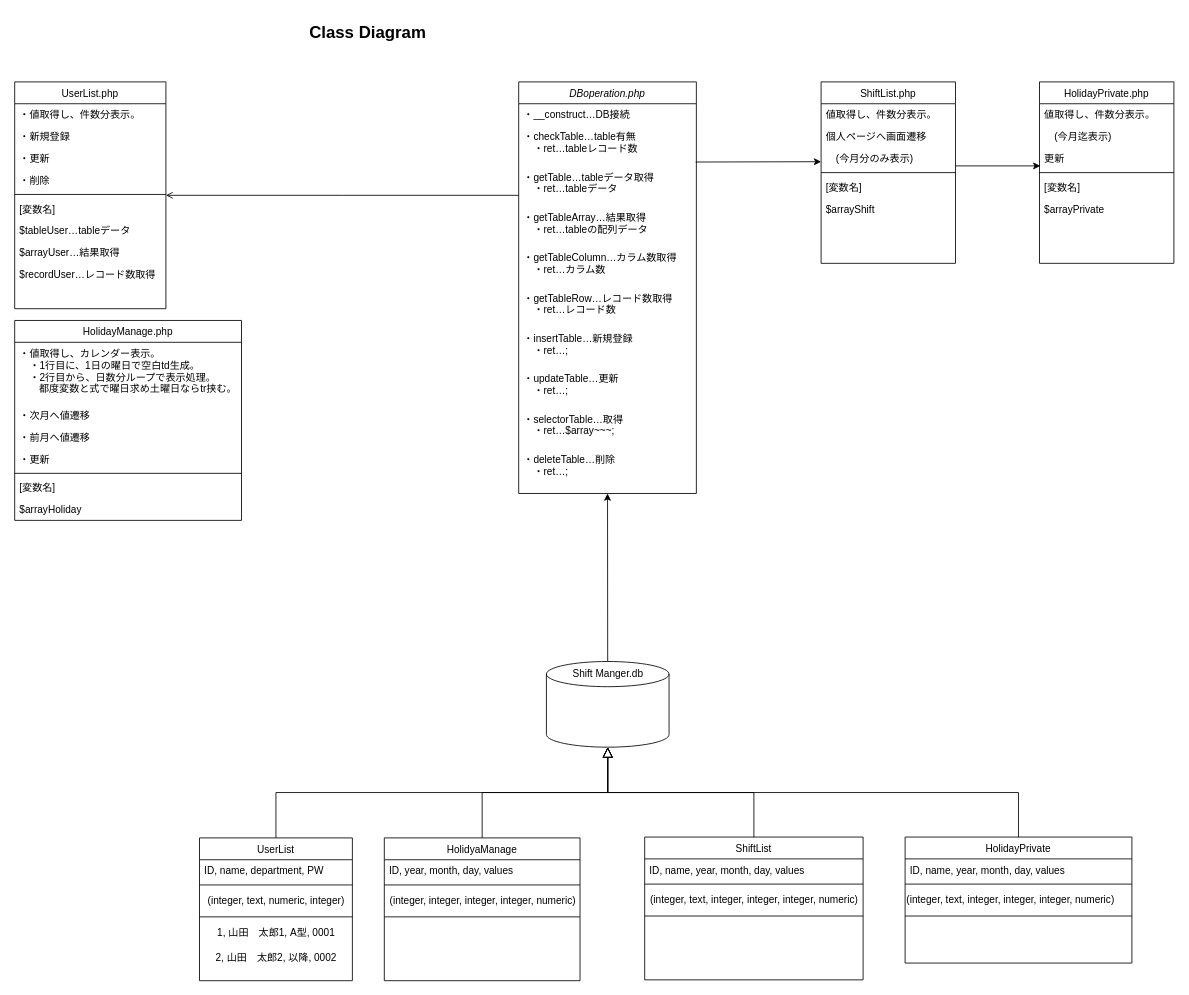
Earlier version of the draw.io diagram Class Diagram.drawio (koji79/koji79). Source tidied: cells renumbered, new cells numbered last; positions are measured from the earlier drawing's top-left corner, leaving out a move shared by most shapes. Both pictures are drawn from the tidied source at 84%, with x=0, y=0 at pixel (14, 14).
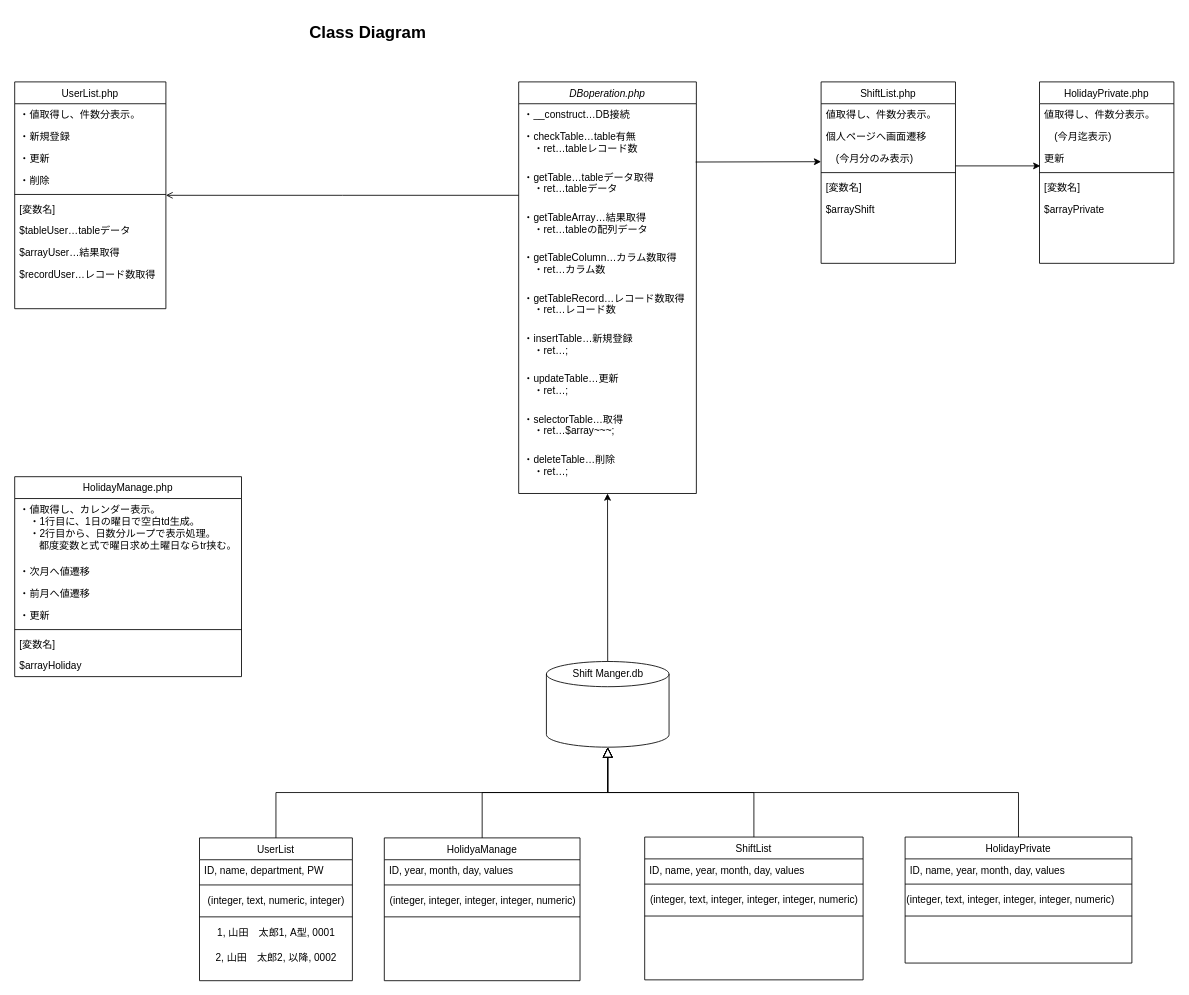
The same diagram, later.

Commit message:
Class Diagram.drawio を更新します

Unchanged cells that the change refers to:
```xml
<mxCell id="2" value="DBoperation.php" style="swimlane;fontStyle=2;align=center;verticalAlign=top;horizontal=1;startSize=26;rounded=0;shadow=0;strokeWidth=1;" parent="1" vertex="1">
  <mxGeometry x="600" y="80" width="211.5" height="490" as="geometry" />
</mxCell>
```

What changed in the source:
```diff
@@
-    <mxCell id="8" value="・getTableRow…レコード数取得&#10;　・ret…レコード数&#10;" style="text;align=left;verticalAlign=top;spacingLeft=4;spacingRight=4;overflow=hidden;rounded=0;shadow=0;html=0;" parent="2" vertex="1">
+    <mxCell id="8" value="・getTableRecord…レコード数取得&#10;　・ret…レコード数&#10;" style="text;align=left;verticalAlign=top;spacingLeft=4;spacingRight=4;overflow=hidden;rounded=0;shadow=0;html=0;" parent="2" vertex="1">
       <mxGeometry y="244" width="211.5" height="48" as="geometry" />
     </mxCell>
@@
     <mxCell id="62" value="HolidayManage.php" style="swimlane;fontStyle=0;align=center;verticalAlign=top;horizontal=1;startSize=26;rounded=0;shadow=0;strokeWidth=1;" parent="1" vertex="1">
-      <mxGeometry y="364" width="270" height="238" as="geometry" />
+      <mxGeometry y="550" width="270" height="238" as="geometry" />
     </mxCell>
```
